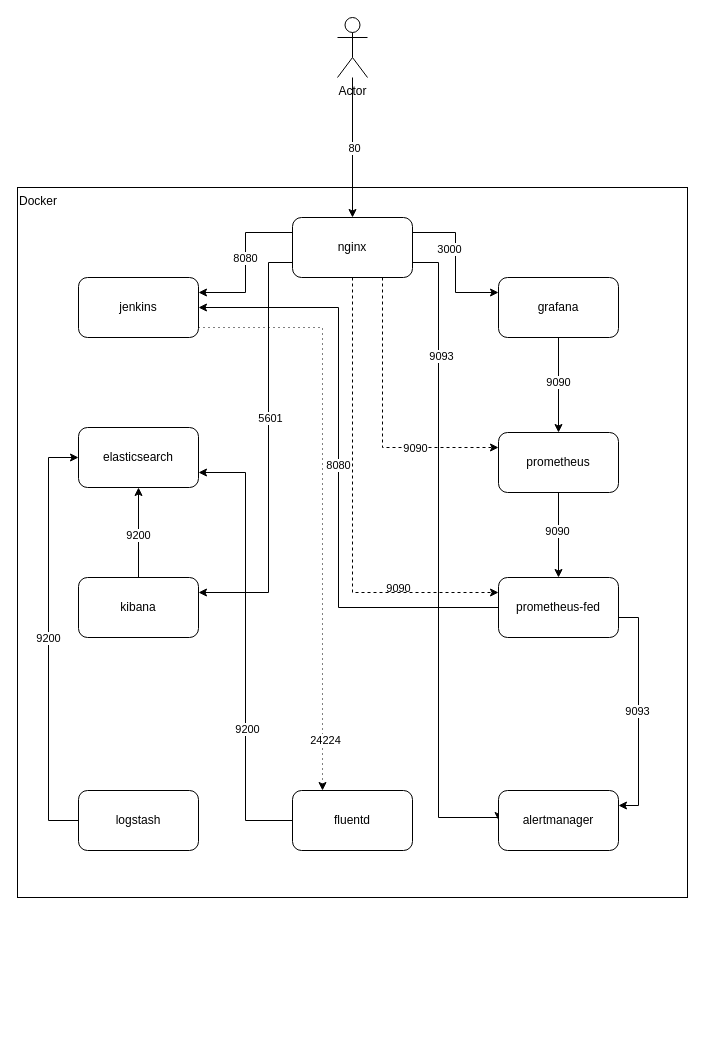
This is docs/images/diagram.drawio from migueldiaznunez/grauss-docker-compose-bak, a draw.io file, before an edit. Source tidied: cells renumbered, new cells numbered last; positions are measured from the earlier drawing's top-left corner, leaving out a move shared by most shapes. Both pictures are drawn from the tidied source at 100%, with x=0, y=0 at pixel (17, 17).
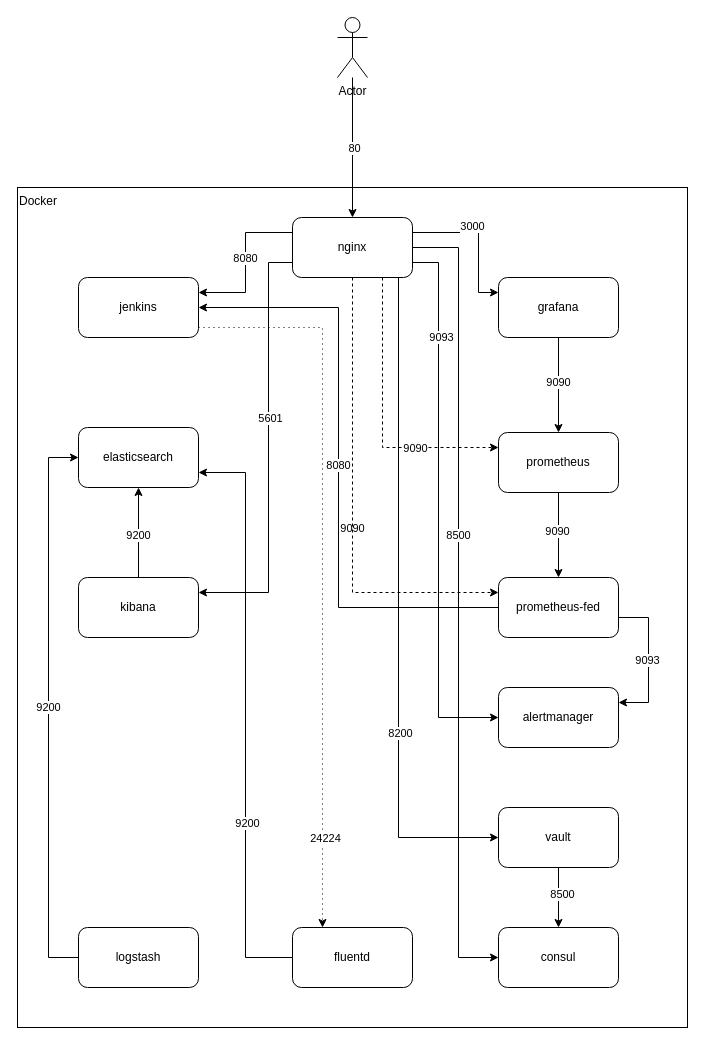
After the change.

Commit message (it also covers changes not shown here):
nginx consul and vault, docu

Unchanged cells that the change refers to:
```xml
<mxCell id="12" style="edgeStyle=orthogonalEdgeStyle;rounded=0;jettySize=auto;html=1;entryX=0;entryY=0.25;entryDx=0;entryDy=0;dashed=1;exitX=0.75;exitY=1;exitDx=0;exitDy=0;" parent="1" edge="1" source="43" target="31">
  <mxGeometry relative="1" as="geometry">
    <Array as="points">
      <mxPoint x="365" y="430" />
    </Array>
  </mxGeometry>
</mxCell>
<mxCell id="22" value="elasticsearch" style="rounded=1;whiteSpace=wrap;html=1;" parent="1" vertex="1">
  <mxGeometry x="61" y="410" width="120" height="60" as="geometry" />
</mxCell>
<mxCell id="28" value="grafana" style="rounded=1;whiteSpace=wrap;html=1;" parent="1" vertex="1">
  <mxGeometry x="481" y="260" width="120" height="60" as="geometry" />
</mxCell>
<mxCell id="36" value="prometheus-fed" style="rounded=1;whiteSpace=wrap;html=1;" parent="1" vertex="1">
  <mxGeometry x="481" y="560" width="120" height="60" as="geometry" />
</mxCell>
<mxCell id="43" value="nginx" style="rounded=1;whiteSpace=wrap;html=1;" parent="1" vertex="1">
  <mxGeometry x="275" y="200" width="120" height="60" as="geometry" />
</mxCell>
```

Change to the diagram source:
```diff
@@
     <mxCell id="2" value="Docker" style="rounded=0;whiteSpace=wrap;html=1;verticalAlign=top;align=left;" parent="1" vertex="1">
-      <mxGeometry y="170" width="670" height="710" as="geometry" />
+      <mxGeometry y="170" width="670" height="840" as="geometry" />
     </mxCell>
@@
     <mxCell id="8" style="edgeStyle=orthogonalEdgeStyle;rounded=0;jettySize=auto;html=1;entryX=0;entryY=0.25;entryDx=0;entryDy=0;exitX=1;exitY=0.25;exitDx=0;exitDy=0;" parent="1" edge="1" source="43" target="28">
-      <mxGeometry relative="1" as="geometry" />
+      <mxGeometry relative="1" as="geometry">
+        <Array as="points">
+          <mxPoint x="461" y="215" />
+          <mxPoint x="461" y="275" />
+        </Array>
+      </mxGeometry>
     </mxCell>
@@
     <mxCell id="13" value="9090" style="edgeLabel;html=1;align=center;verticalAlign=middle;" parent="12" vertex="1">
       <mxGeometry x="0.38" y="3" relative="1" as="geometry">
-        <mxPoint x="-12" y="143" as="offset" />
+        <mxPoint x="-58" y="83" as="offset" />
       </mxGeometry>
     </mxCell>
@@
     <mxCell id="17" style="edgeStyle=orthogonalEdgeStyle;rounded=0;jettySize=auto;html=1;entryX=0;entryY=0.5;entryDx=0;entryDy=0;exitX=1;exitY=0.75;exitDx=0;exitDy=0;" parent="1" edge="1" source="43" target="42">
       <mxGeometry relative="1" as="geometry">
         <Array as="points">
           <mxPoint x="421" y="245" />
-          <mxPoint x="421" y="800" />
-          <mxPoint x="481" y="800" />
+          <mxPoint x="421" y="700" />
         </Array>
       </mxGeometry>
     </mxCell>
@@
     <mxCell id="34" style="edgeStyle=orthogonalEdgeStyle;rounded=0;jettySize=auto;html=1;entryX=1;entryY=0.25;entryDx=0;entryDy=0;" parent="1" edge="1" source="36" target="42">
       <mxGeometry relative="1" as="geometry">
         <Array as="points">
-          <mxPoint x="621" y="600" />
-          <mxPoint x="621" y="788" />
+          <mxPoint x="631" y="600" />
+          <mxPoint x="631" y="685" />
         </Array>
       </mxGeometry>
     </mxCell>
@@
     <mxCell id="37" value="9200" style="edgeStyle=orthogonalEdgeStyle;rounded=0;jettySize=auto;html=1;entryX=0;entryY=0.5;entryDx=0;entryDy=0;exitX=0;exitY=0.5;exitDx=0;exitDy=0;" parent="1" edge="1" source="38" target="22">
       <mxGeometry relative="1" as="geometry">
         <Array as="points">
-          <mxPoint x="31" y="803" />
+          <mxPoint x="31" y="940" />
           <mxPoint x="31" y="440" />
         </Array>
       </mxGeometry>
     </mxCell>
     <mxCell id="38" value="logstash" style="rounded=1;whiteSpace=wrap;html=1;" parent="1" vertex="1">
-      <mxGeometry x="61" y="773" width="120" height="60" as="geometry" />
+      <mxGeometry x="61" y="910" width="120" height="60" as="geometry" />
     </mxCell>
@@
     <mxCell id="41" value="fluentd" style="rounded=1;whiteSpace=wrap;html=1;" parent="1" vertex="1">
-      <mxGeometry x="275" y="773" width="120" height="60" as="geometry" />
+      <mxGeometry x="275" y="910" width="120" height="60" as="geometry" />
     </mxCell>
     <mxCell id="42" value="alertmanager" style="rounded=1;whiteSpace=wrap;html=1;" parent="1" vertex="1">
-      <mxGeometry x="481" y="773" width="120" height="60" as="geometry" />
+      <mxGeometry x="481" y="670" width="120" height="60" as="geometry" />
     </mxCell>
+    <mxCell id="44" style="edgeStyle=orthogonalEdgeStyle;rounded=0;jettySize=auto;html=1;entryX=0;entryY=0.5;entryDx=0;entryDy=0;" parent="1" edge="1" source="43" target="49">
+      <mxGeometry relative="1" as="geometry">
+        <Array as="points">
+          <mxPoint x="381" y="820" />
+        </Array>
+      </mxGeometry>
+    </mxCell>
+    <mxCell id="45" value="8200" style="edgeLabel;html=1;align=center;verticalAlign=middle;" parent="44" vertex="1">
+      <mxGeometry x="0.38" y="1" relative="1" as="geometry" />
+    </mxCell>
+    <mxCell id="46" value="8500" style="edgeStyle=orthogonalEdgeStyle;rounded=0;jettySize=auto;html=1;entryX=0;entryY=0.5;entryDx=0;entryDy=0;" parent="1" edge="1" source="43" target="50">
+      <mxGeometry x="-0.16" relative="1" as="geometry">
+        <Array as="points">
+          <mxPoint x="441" y="230" />
+          <mxPoint x="441" y="940" />
+        </Array>
+      </mxGeometry>
+    </mxCell>
@@
+    <mxCell id="47" style="edgeStyle=orthogonalEdgeStyle;rounded=0;jettySize=auto;html=1;entryX=0.5;entryY=0;entryDx=0;entryDy=0;" parent="1" edge="1" source="49" target="50">
+      <mxGeometry relative="1" as="geometry" />
+    </mxCell>
+    <mxCell id="48" value="8500" style="edgeLabel;html=1;align=center;verticalAlign=middle;" parent="47" vertex="1">
+      <mxGeometry x="-0.13" y="3" relative="1" as="geometry" />
+    </mxCell>
+    <mxCell id="49" value="vault" style="rounded=1;whiteSpace=wrap;html=1;" parent="1" vertex="1">
+      <mxGeometry x="481" y="790" width="120" height="60" as="geometry" />
+    </mxCell>
+    <mxCell id="50" value="consul" style="rounded=1;whiteSpace=wrap;html=1;" parent="1" vertex="1">
+      <mxGeometry x="481" y="910" width="120" height="60" as="geometry" />
+    </mxCell>
```
